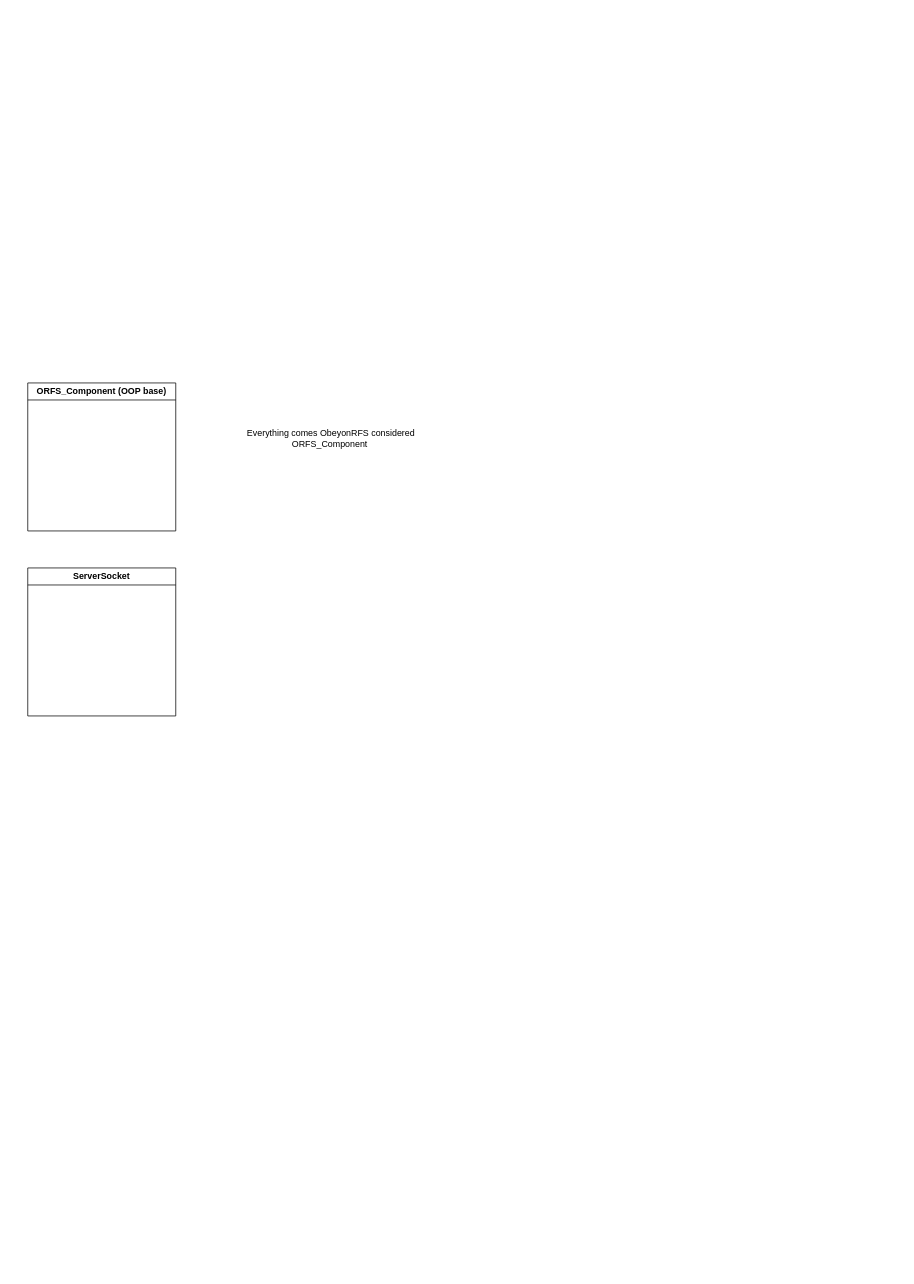
Before: ObeyonRFS Design.drawio in ObeyonRFS/ObeyonRFS, a draw.io diagram. Source tidied: cells renumbered, new cells numbered last; positions are measured from the earlier drawing's top-left corner, leaving out a move shared by most shapes. Both pictures are drawn from the tidied source at 74%, with x=0, y=0 at pixel (27, 383).
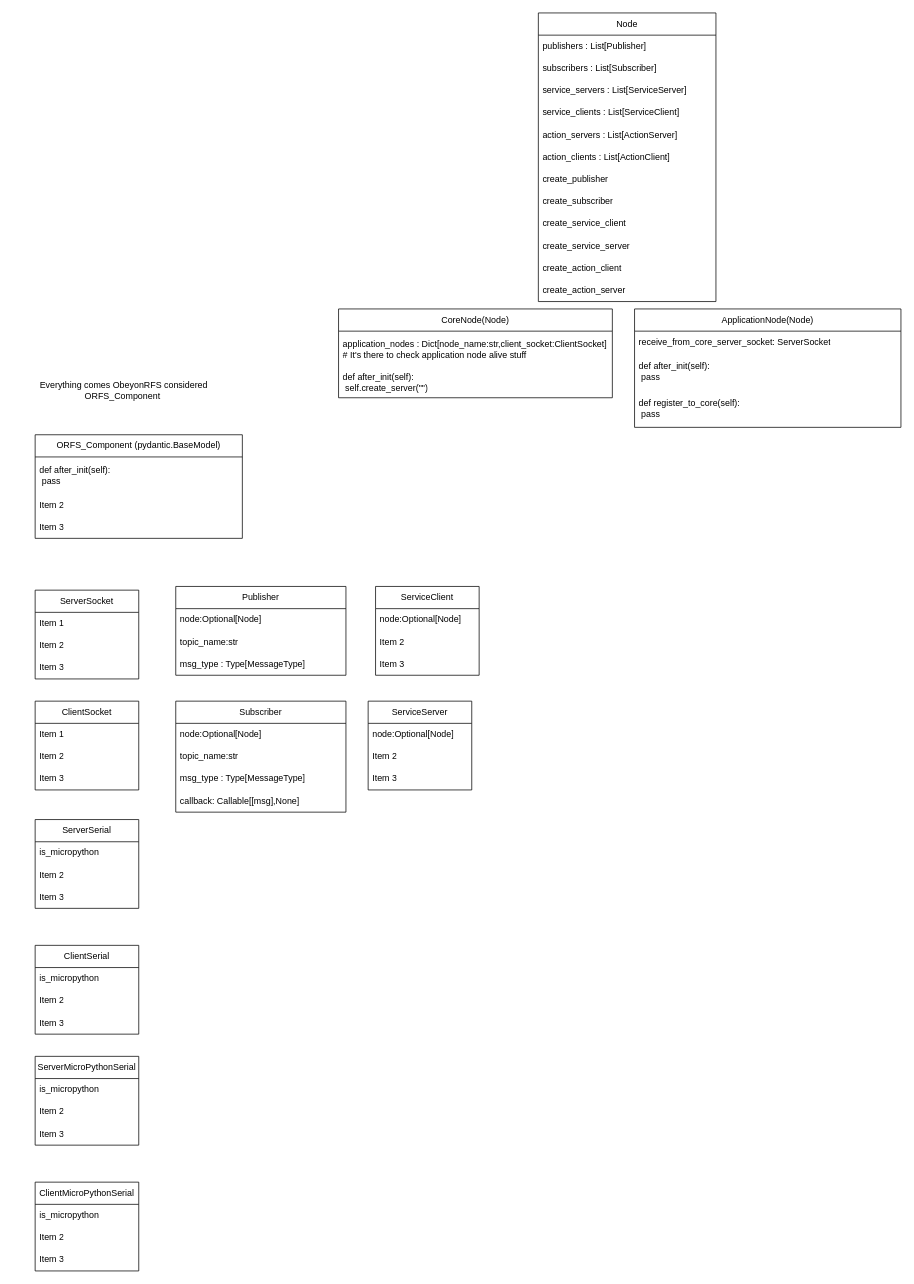
After the change.

The edit, as a diff of the source:
```diff
@@
-    <mxCell id="2" value="ORFS_Component (OOP base)" style="swimlane;whiteSpace=wrap;html=1;" parent="1" vertex="1">
-      <mxGeometry width="200" height="200" as="geometry" />
-    </mxCell>
+    <mxCell id="4" value="Everything comes ObeyonRFS considered ORFS_Component&amp;nbsp;" style="text;html=1;strokeColor=none;fillColor=none;align=center;verticalAlign=middle;whiteSpace=wrap;rounded=0;" parent="1" vertex="1">
+      <mxGeometry x="-20" y="-20" width="300" height="60" as="geometry" />
+    </mxCell>
+    <mxCell id="5" value="ORFS_Component (pydantic.BaseModel)" style="swimlane;fontStyle=0;horizontal=1;startSize=30;whiteSpace=wrap;html=1;" parent="1" vertex="1">
+      <mxGeometry x="10" y="70" width="280" height="140" as="geometry" />
+    </mxCell>
+    <mxCell id="6" value="def after_init(self):&lt;br&gt;&lt;span style=&quot;white-space: pre;&quot;&gt; &lt;/span&gt;pass" style="text;strokeColor=none;fillColor=none;align=left;verticalAlign=middle;spacingLeft=4;spacingRight=4;overflow=hidden;whiteSpace=wrap;html=1;" parent="5" vertex="1">
+      <mxGeometry y="30" width="280" height="50" as="geometry" />
+    </mxCell>
+    <mxCell id="7" value="Item 2" style="text;strokeColor=none;fillColor=none;align=left;verticalAlign=middle;spacingLeft=4;spacingRight=4;overflow=hidden;whiteSpace=wrap;html=1;" parent="5" vertex="1">
+      <mxGeometry y="80" width="280" height="30" as="geometry" />
+    </mxCell>
+    <mxCell id="8" value="Item 3" style="text;strokeColor=none;fillColor=none;align=left;verticalAlign=middle;spacingLeft=4;spacingRight=4;overflow=hidden;whiteSpace=wrap;html=1;" parent="5" vertex="1">
+      <mxGeometry y="110" width="280" height="30" as="geometry" />
+    </mxCell>
-    <mxCell id="3" value="ServerSocket" style="swimlane;whiteSpace=wrap;html=1;" parent="1" vertex="1">
-      <mxGeometry y="250" width="200" height="200" as="geometry" />
+    <mxCell id="3" value="ServerSocket" style="swimlane;fontStyle=0;horizontal=1;startSize=30;whiteSpace=wrap;html=1;" parent="1" vertex="1">
+      <mxGeometry x="10" y="280" width="140" height="120" as="geometry" />
     </mxCell>
-    <mxCell id="4" value="Everything comes ObeyonRFS considered ORFS_Component&amp;nbsp;" style="text;html=1;strokeColor=none;fillColor=none;align=center;verticalAlign=middle;whiteSpace=wrap;rounded=0;" parent="1" vertex="1">
-      <mxGeometry x="260" y="20" width="300" height="110" as="geometry" />
-    </mxCell>
+    <mxCell id="9" value="Item 1" style="text;strokeColor=none;fillColor=none;align=left;verticalAlign=middle;spacingLeft=4;spacingRight=4;overflow=hidden;whiteSpace=wrap;html=1;" parent="3" vertex="1">
+      <mxGeometry y="30" width="140" height="30" as="geometry" />
+    </mxCell>
+    <mxCell id="10" value="Item 2" style="text;strokeColor=none;fillColor=none;align=left;verticalAlign=middle;spacingLeft=4;spacingRight=4;overflow=hidden;whiteSpace=wrap;html=1;" parent="3" vertex="1">
+      <mxGeometry y="60" width="140" height="30" as="geometry" />
+    </mxCell>
+    <mxCell id="11" value="Item 3" style="text;strokeColor=none;fillColor=none;align=left;verticalAlign=middle;spacingLeft=4;spacingRight=4;overflow=hidden;whiteSpace=wrap;html=1;" parent="3" vertex="1">
+      <mxGeometry y="90" width="140" height="30" as="geometry" />
+    </mxCell>
+    <mxCell id="12" value="ClientSocket" style="swimlane;fontStyle=0;horizontal=1;startSize=30;whiteSpace=wrap;html=1;" parent="1" vertex="1">
+      <mxGeometry x="10" y="430" width="140" height="120" as="geometry" />
+    </mxCell>
+    <mxCell id="13" value="Item 1" style="text;strokeColor=none;fillColor=none;align=left;verticalAlign=middle;spacingLeft=4;spacingRight=4;overflow=hidden;whiteSpace=wrap;html=1;" parent="12" vertex="1">
+      <mxGeometry y="30" width="140" height="30" as="geometry" />
+    </mxCell>
+    <mxCell id="14" value="Item 2" style="text;strokeColor=none;fillColor=none;align=left;verticalAlign=middle;spacingLeft=4;spacingRight=4;overflow=hidden;whiteSpace=wrap;html=1;" parent="12" vertex="1">
+      <mxGeometry y="60" width="140" height="30" as="geometry" />
+    </mxCell>
+    <mxCell id="15" value="Item 3" style="text;strokeColor=none;fillColor=none;align=left;verticalAlign=middle;spacingLeft=4;spacingRight=4;overflow=hidden;whiteSpace=wrap;html=1;" parent="12" vertex="1">
+      <mxGeometry y="90" width="140" height="30" as="geometry" />
+    </mxCell>
+    <mxCell id="16" value="Publisher" style="swimlane;fontStyle=0;horizontal=1;startSize=30;whiteSpace=wrap;html=1;" parent="1" vertex="1">
+      <mxGeometry x="200" y="275" width="230" height="120" as="geometry" />
+    </mxCell>
+    <mxCell id="17" value="node:Optional[Node]" style="text;strokeColor=none;fillColor=none;align=left;verticalAlign=middle;spacingLeft=4;spacingRight=4;overflow=hidden;whiteSpace=wrap;html=1;" parent="16" vertex="1">
+      <mxGeometry y="30" width="230" height="30" as="geometry" />
+    </mxCell>
+    <mxCell id="18" value="topic_name:str" style="text;strokeColor=none;fillColor=none;align=left;verticalAlign=middle;spacingLeft=4;spacingRight=4;overflow=hidden;whiteSpace=wrap;html=1;" parent="16" vertex="1">
+      <mxGeometry y="60" width="230" height="30" as="geometry" />
+    </mxCell>
+    <mxCell id="19" value="msg_type : Type[MessageType]" style="text;strokeColor=none;fillColor=none;align=left;verticalAlign=middle;spacingLeft=4;spacingRight=4;overflow=hidden;whiteSpace=wrap;html=1;" parent="16" vertex="1">
+      <mxGeometry y="90" width="230" height="30" as="geometry" />
+    </mxCell>
+    <mxCell id="20" value="Subscriber" style="swimlane;fontStyle=0;horizontal=1;startSize=30;whiteSpace=wrap;html=1;" parent="1" vertex="1">
+      <mxGeometry x="200" y="430" width="230" height="150" as="geometry" />
+    </mxCell>
+    <mxCell id="21" value="node:Optional[Node]" style="text;strokeColor=none;fillColor=none;align=left;verticalAlign=middle;spacingLeft=4;spacingRight=4;overflow=hidden;whiteSpace=wrap;html=1;" parent="20" vertex="1">
+      <mxGeometry y="30" width="230" height="30" as="geometry" />
+    </mxCell>
+    <mxCell id="22" value="topic_name:str" style="text;strokeColor=none;fillColor=none;align=left;verticalAlign=middle;spacingLeft=4;spacingRight=4;overflow=hidden;whiteSpace=wrap;html=1;" parent="20" vertex="1">
+      <mxGeometry y="60" width="230" height="30" as="geometry" />
+    </mxCell>
+    <mxCell id="23" value="msg_type : Type[MessageType]" style="text;strokeColor=none;fillColor=none;align=left;verticalAlign=middle;spacingLeft=4;spacingRight=4;overflow=hidden;whiteSpace=wrap;html=1;" parent="20" vertex="1">
+      <mxGeometry y="90" width="230" height="30" as="geometry" />
+    </mxCell>
+    <mxCell id="24" value="callback: Callable[[msg],None]" style="text;strokeColor=none;fillColor=none;align=left;verticalAlign=middle;spacingLeft=4;spacingRight=4;overflow=hidden;whiteSpace=wrap;html=1;" parent="20" vertex="1">
+      <mxGeometry y="120" width="230" height="30" as="geometry" />
+    </mxCell>
+    <mxCell id="25" value="CoreNode(Node)" style="swimlane;fontStyle=0;horizontal=1;startSize=30;whiteSpace=wrap;html=1;" parent="1" vertex="1">
+      <mxGeometry x="420" y="-100" width="370" height="120" as="geometry" />
+    </mxCell>
+    <mxCell id="26" value="application_nodes : Dict[node_name:str,client_socket:ClientSocket]&lt;br&gt;# It's there to check application node alive stuff" style="text;strokeColor=none;fillColor=none;align=left;verticalAlign=middle;spacingLeft=4;spacingRight=4;overflow=hidden;whiteSpace=wrap;html=1;" parent="25" vertex="1">
+      <mxGeometry y="30" width="370" height="50" as="geometry" />
+    </mxCell>
+    <mxCell id="27" value="def after_init(self):&lt;br&gt;&lt;span style=&quot;white-space: pre;&quot;&gt; &lt;/span&gt;self.create_server(&quot;&quot;)" style="text;strokeColor=none;fillColor=none;align=left;verticalAlign=middle;spacingLeft=4;spacingRight=4;overflow=hidden;whiteSpace=wrap;html=1;" parent="25" vertex="1">
+      <mxGeometry y="80" width="370" height="40" as="geometry" />
+    </mxCell>
+    <mxCell id="28" value="ApplicationNode(Node)" style="swimlane;fontStyle=0;horizontal=1;startSize=30;whiteSpace=wrap;html=1;" parent="1" vertex="1">
+      <mxGeometry x="820" y="-100" width="360" height="160" as="geometry" />
+    </mxCell>
+    <mxCell id="29" value="receive_from_core_server_socket: ServerSocket" style="text;strokeColor=none;fillColor=none;align=left;verticalAlign=middle;spacingLeft=4;spacingRight=4;overflow=hidden;whiteSpace=wrap;html=1;" parent="28" vertex="1">
+      <mxGeometry y="30" width="360" height="30" as="geometry" />
+    </mxCell>
+    <mxCell id="30" value="def after_init(self):&lt;br&gt;&lt;span style=&quot;white-space: pre;&quot;&gt; &lt;/span&gt;pass" style="text;strokeColor=none;fillColor=none;align=left;verticalAlign=middle;spacingLeft=4;spacingRight=4;overflow=hidden;whiteSpace=wrap;html=1;" parent="28" vertex="1">
+      <mxGeometry y="60" width="360" height="50" as="geometry" />
+    </mxCell>
+    <mxCell id="31" value="def register_to_core(self):&lt;br&gt;&lt;span style=&quot;white-space: pre;&quot;&gt; &lt;/span&gt;pass" style="text;strokeColor=none;fillColor=none;align=left;verticalAlign=middle;spacingLeft=4;spacingRight=4;overflow=hidden;whiteSpace=wrap;html=1;" parent="28" vertex="1">
+      <mxGeometry y="110" width="360" height="50" as="geometry" />
+    </mxCell>
+    <mxCell id="32" value="Node" style="swimlane;fontStyle=0;horizontal=1;startSize=30;whiteSpace=wrap;html=1;" parent="1" vertex="1">
+      <mxGeometry x="690" y="-500" width="240" height="390" as="geometry" />
+    </mxCell>
+    <mxCell id="33" value="publishers : List[Publisher]" style="text;strokeColor=none;fillColor=none;align=left;verticalAlign=middle;spacingLeft=4;spacingRight=4;overflow=hidden;whiteSpace=wrap;html=1;" parent="32" vertex="1">
+      <mxGeometry y="30" width="240" height="30" as="geometry" />
+    </mxCell>
+    <mxCell id="34" value="subscribers : List[Subscriber]" style="text;strokeColor=none;fillColor=none;align=left;verticalAlign=middle;spacingLeft=4;spacingRight=4;overflow=hidden;whiteSpace=wrap;html=1;" parent="32" vertex="1">
+      <mxGeometry y="60" width="240" height="30" as="geometry" />
+    </mxCell>
+    <mxCell id="35" value="service_servers : List[ServiceServer]" style="text;strokeColor=none;fillColor=none;align=left;verticalAlign=middle;spacingLeft=4;spacingRight=4;overflow=hidden;whiteSpace=wrap;html=1;" parent="32" vertex="1">
+      <mxGeometry y="90" width="240" height="30" as="geometry" />
+    </mxCell>
+    <mxCell id="36" value="service_clients : List[ServiceClient]" style="text;strokeColor=none;fillColor=none;align=left;verticalAlign=middle;spacingLeft=4;spacingRight=4;overflow=hidden;whiteSpace=wrap;html=1;" parent="32" vertex="1">
+      <mxGeometry y="120" width="240" height="30" as="geometry" />
+    </mxCell>
+    <mxCell id="37" value="action_servers : List[ActionServer]" style="text;strokeColor=none;fillColor=none;align=left;verticalAlign=middle;spacingLeft=4;spacingRight=4;overflow=hidden;whiteSpace=wrap;html=1;" parent="32" vertex="1">
+      <mxGeometry y="150" width="240" height="30" as="geometry" />
+    </mxCell>
+    <mxCell id="38" value="action_clients : List[ActionClient]" style="text;strokeColor=none;fillColor=none;align=left;verticalAlign=middle;spacingLeft=4;spacingRight=4;overflow=hidden;whiteSpace=wrap;html=1;" parent="32" vertex="1">
+      <mxGeometry y="180" width="240" height="30" as="geometry" />
+    </mxCell>
+    <mxCell id="39" value="create_publisher" style="text;strokeColor=none;fillColor=none;align=left;verticalAlign=middle;spacingLeft=4;spacingRight=4;overflow=hidden;whiteSpace=wrap;html=1;" parent="32" vertex="1">
+      <mxGeometry y="210" width="240" height="30" as="geometry" />
+    </mxCell>
+    <mxCell id="40" value="create_subscriber" style="text;strokeColor=none;fillColor=none;align=left;verticalAlign=middle;spacingLeft=4;spacingRight=4;overflow=hidden;whiteSpace=wrap;html=1;" parent="32" vertex="1">
+      <mxGeometry y="240" width="240" height="30" as="geometry" />
+    </mxCell>
+    <mxCell id="41" value="create_service_client" style="text;strokeColor=none;fillColor=none;align=left;verticalAlign=middle;spacingLeft=4;spacingRight=4;overflow=hidden;whiteSpace=wrap;html=1;" parent="32" vertex="1">
+      <mxGeometry y="270" width="240" height="30" as="geometry" />
+    </mxCell>
+    <mxCell id="42" value="create_service_server" style="text;strokeColor=none;fillColor=none;align=left;verticalAlign=middle;spacingLeft=4;spacingRight=4;overflow=hidden;whiteSpace=wrap;html=1;" parent="32" vertex="1">
+      <mxGeometry y="300" width="240" height="30" as="geometry" />
+    </mxCell>
+    <mxCell id="43" value="create_action_client" style="text;strokeColor=none;fillColor=none;align=left;verticalAlign=middle;spacingLeft=4;spacingRight=4;overflow=hidden;whiteSpace=wrap;html=1;" parent="32" vertex="1">
+      <mxGeometry y="330" width="240" height="30" as="geometry" />
+    </mxCell>
+    <mxCell id="44" value="create_action_server" style="text;strokeColor=none;fillColor=none;align=left;verticalAlign=middle;spacingLeft=4;spacingRight=4;overflow=hidden;whiteSpace=wrap;html=1;" parent="32" vertex="1">
+      <mxGeometry y="360" width="240" height="30" as="geometry" />
+    </mxCell>
+    <mxCell id="45" value="ServiceClient" style="swimlane;fontStyle=0;horizontal=1;startSize=30;whiteSpace=wrap;html=1;" parent="1" vertex="1">
+      <mxGeometry x="470" y="275" width="140" height="120" as="geometry" />
+    </mxCell>
+    <mxCell id="46" value="node:Optional[Node]" style="text;strokeColor=none;fillColor=none;align=left;verticalAlign=middle;spacingLeft=4;spacingRight=4;overflow=hidden;whiteSpace=wrap;html=1;" parent="45" vertex="1">
+      <mxGeometry y="30" width="140" height="30" as="geometry" />
+    </mxCell>
+    <mxCell id="47" value="Item 2" style="text;strokeColor=none;fillColor=none;align=left;verticalAlign=middle;spacingLeft=4;spacingRight=4;overflow=hidden;whiteSpace=wrap;html=1;" parent="45" vertex="1">
+      <mxGeometry y="60" width="140" height="30" as="geometry" />
+    </mxCell>
+    <mxCell id="48" value="Item 3" style="text;strokeColor=none;fillColor=none;align=left;verticalAlign=middle;spacingLeft=4;spacingRight=4;overflow=hidden;whiteSpace=wrap;html=1;" parent="45" vertex="1">
+      <mxGeometry y="90" width="140" height="30" as="geometry" />
+    </mxCell>
+    <mxCell id="49" value="ServiceServer" style="swimlane;fontStyle=0;horizontal=1;startSize=30;whiteSpace=wrap;html=1;" parent="1" vertex="1">
+      <mxGeometry x="460" y="430" width="140" height="120" as="geometry" />
+    </mxCell>
+    <mxCell id="50" value="node:Optional[Node]" style="text;strokeColor=none;fillColor=none;align=left;verticalAlign=middle;spacingLeft=4;spacingRight=4;overflow=hidden;whiteSpace=wrap;html=1;" parent="49" vertex="1">
+      <mxGeometry y="30" width="140" height="30" as="geometry" />
+    </mxCell>
+    <mxCell id="51" value="Item 2" style="text;strokeColor=none;fillColor=none;align=left;verticalAlign=middle;spacingLeft=4;spacingRight=4;overflow=hidden;whiteSpace=wrap;html=1;" parent="49" vertex="1">
+      <mxGeometry y="60" width="140" height="30" as="geometry" />
+    </mxCell>
+    <mxCell id="52" value="Item 3" style="text;strokeColor=none;fillColor=none;align=left;verticalAlign=middle;spacingLeft=4;spacingRight=4;overflow=hidden;whiteSpace=wrap;html=1;" parent="49" vertex="1">
+      <mxGeometry y="90" width="140" height="30" as="geometry" />
+    </mxCell>
+    <mxCell id="53" value="ServerSerial" style="swimlane;fontStyle=0;horizontal=1;startSize=30;whiteSpace=wrap;html=1;" parent="1" vertex="1">
+      <mxGeometry x="10" y="590" width="140" height="120" as="geometry" />
+    </mxCell>
+    <mxCell id="54" value="is_micropython" style="text;strokeColor=none;fillColor=none;align=left;verticalAlign=middle;spacingLeft=4;spacingRight=4;overflow=hidden;whiteSpace=wrap;html=1;" parent="53" vertex="1">
+      <mxGeometry y="30" width="140" height="30" as="geometry" />
+    </mxCell>
+    <mxCell id="55" value="Item 2" style="text;strokeColor=none;fillColor=none;align=left;verticalAlign=middle;spacingLeft=4;spacingRight=4;overflow=hidden;whiteSpace=wrap;html=1;" parent="53" vertex="1">
+      <mxGeometry y="60" width="140" height="30" as="geometry" />
+    </mxCell>
+    <mxCell id="56" value="Item 3" style="text;strokeColor=none;fillColor=none;align=left;verticalAlign=middle;spacingLeft=4;spacingRight=4;overflow=hidden;whiteSpace=wrap;html=1;" parent="53" vertex="1">
+      <mxGeometry y="90" width="140" height="30" as="geometry" />
+    </mxCell>
+    <mxCell id="57" value="ClientSerial" style="swimlane;fontStyle=0;horizontal=1;startSize=30;whiteSpace=wrap;html=1;" parent="1" vertex="1">
+      <mxGeometry x="10" y="760" width="140" height="120" as="geometry" />
+    </mxCell>
+    <mxCell id="58" value="is_micropython" style="text;strokeColor=none;fillColor=none;align=left;verticalAlign=middle;spacingLeft=4;spacingRight=4;overflow=hidden;whiteSpace=wrap;html=1;" parent="57" vertex="1">
+      <mxGeometry y="30" width="140" height="30" as="geometry" />
+    </mxCell>
+    <mxCell id="59" value="Item 2" style="text;strokeColor=none;fillColor=none;align=left;verticalAlign=middle;spacingLeft=4;spacingRight=4;overflow=hidden;whiteSpace=wrap;html=1;" parent="57" vertex="1">
+      <mxGeometry y="60" width="140" height="30" as="geometry" />
+    </mxCell>
+    <mxCell id="60" value="Item 3" style="text;strokeColor=none;fillColor=none;align=left;verticalAlign=middle;spacingLeft=4;spacingRight=4;overflow=hidden;whiteSpace=wrap;html=1;" parent="57" vertex="1">
+      <mxGeometry y="90" width="140" height="30" as="geometry" />
+    </mxCell>
+    <mxCell id="61" value="ServerMicroPythonSerial" style="swimlane;fontStyle=0;horizontal=1;startSize=30;whiteSpace=wrap;html=1;" parent="1" vertex="1">
+      <mxGeometry x="10" y="910" width="140" height="120" as="geometry" />
+    </mxCell>
+    <mxCell id="62" value="is_micropython" style="text;strokeColor=none;fillColor=none;align=left;verticalAlign=middle;spacingLeft=4;spacingRight=4;overflow=hidden;whiteSpace=wrap;html=1;" parent="61" vertex="1">
+      <mxGeometry y="30" width="140" height="30" as="geometry" />
+    </mxCell>
+    <mxCell id="63" value="Item 2" style="text;strokeColor=none;fillColor=none;align=left;verticalAlign=middle;spacingLeft=4;spacingRight=4;overflow=hidden;whiteSpace=wrap;html=1;" parent="61" vertex="1">
+      <mxGeometry y="60" width="140" height="30" as="geometry" />
+    </mxCell>
+    <mxCell id="64" value="Item 3" style="text;strokeColor=none;fillColor=none;align=left;verticalAlign=middle;spacingLeft=4;spacingRight=4;overflow=hidden;whiteSpace=wrap;html=1;" parent="61" vertex="1">
+      <mxGeometry y="90" width="140" height="30" as="geometry" />
+    </mxCell>
+    <mxCell id="65" value="ClientMicroPythonSerial" style="swimlane;fontStyle=0;horizontal=1;startSize=30;whiteSpace=wrap;html=1;" parent="1" vertex="1">
+      <mxGeometry x="10" y="1080" width="140" height="120" as="geometry" />
+    </mxCell>
+    <mxCell id="66" value="is_micropython" style="text;strokeColor=none;fillColor=none;align=left;verticalAlign=middle;spacingLeft=4;spacingRight=4;overflow=hidden;whiteSpace=wrap;html=1;" parent="65" vertex="1">
+      <mxGeometry y="30" width="140" height="30" as="geometry" />
+    </mxCell>
+    <mxCell id="67" value="Item 2" style="text;strokeColor=none;fillColor=none;align=left;verticalAlign=middle;spacingLeft=4;spacingRight=4;overflow=hidden;whiteSpace=wrap;html=1;" parent="65" vertex="1">
+      <mxGeometry y="60" width="140" height="30" as="geometry" />
+    </mxCell>
+    <mxCell id="68" value="Item 3" style="text;strokeColor=none;fillColor=none;align=left;verticalAlign=middle;spacingLeft=4;spacingRight=4;overflow=hidden;whiteSpace=wrap;html=1;" parent="65" vertex="1">
+      <mxGeometry y="90" width="140" height="30" as="geometry" />
+    </mxCell>
```
